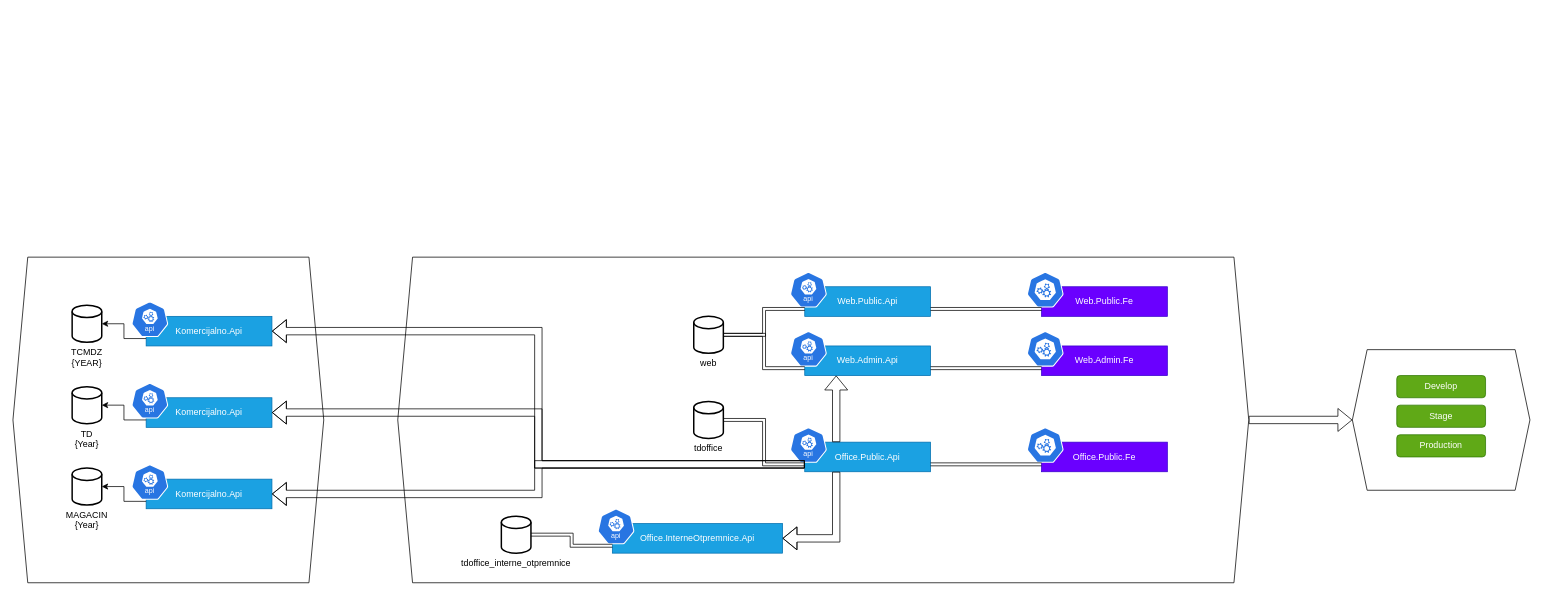
Above: termodom--ecosystem.drawio in LimitlessSoft/termodom--ecosystem (draw.io), before the change. Source tidied: cells renumbered, new cells numbered last; positions are measured from the earlier drawing's top-left corner, leaving out a move shared by most shapes. Both pictures are drawn from the tidied source at 74%, with x=0, y=0 at pixel (13, 257).
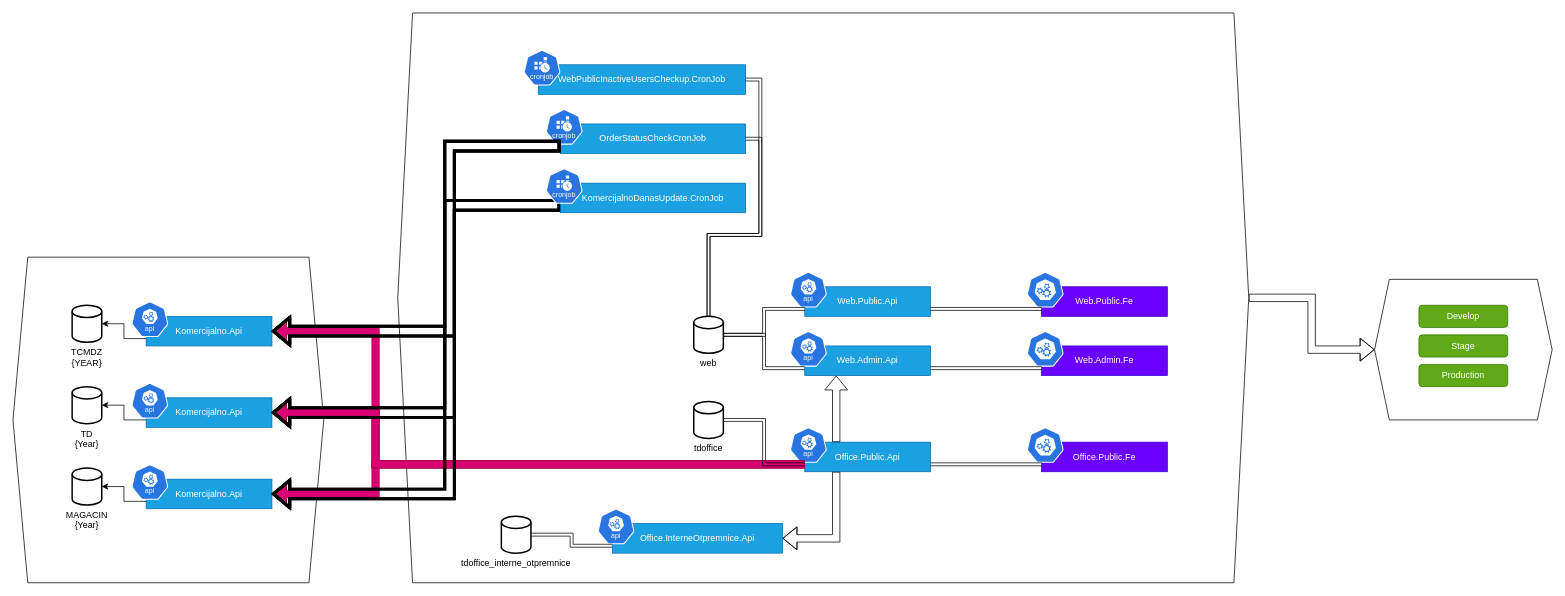
The same diagram, later.

The change refers to these unchanged cells:
```xml
<mxCell id="11" value="Office.Public.Api" style="rounded=0;whiteSpace=wrap;html=1;fillColor=#1ba1e2;fontColor=#ffffff;strokeColor=#006EAF;" parent="10" vertex="1">
  <mxGeometry x="20" y="20" width="170" height="40" as="geometry" />
</mxCell>
<mxCell id="25" value="&lt;div&gt;web&lt;/div&gt;" style="strokeWidth=2;html=1;shape=mxgraph.flowchart.database;whiteSpace=wrap;labelPosition=center;verticalLabelPosition=bottom;align=center;verticalAlign=top;" parent="1" vertex="1">
  <mxGeometry x="920" y="80" width="40" height="50" as="geometry" />
</mxCell>
<mxCell id="26" value="tdoffice" style="strokeWidth=2;html=1;shape=mxgraph.flowchart.database;whiteSpace=wrap;labelPosition=center;verticalLabelPosition=bottom;align=center;verticalAlign=top;" parent="1" vertex="1">
  <mxGeometry x="920" y="195" width="40" height="50" as="geometry" />
</mxCell>
<mxCell id="44" value="Komercijalno.Api" style="rounded=0;whiteSpace=wrap;html=1;fillColor=#1ba1e2;fontColor=#ffffff;strokeColor=#006EAF;" parent="43" vertex="1">
  <mxGeometry x="20" y="20" width="170" height="40" as="geometry" />
</mxCell>
<mxCell id="49" value="Komercijalno.Api" style="rounded=0;whiteSpace=wrap;html=1;fillColor=#1ba1e2;fontColor=#ffffff;strokeColor=#006EAF;" parent="48" vertex="1">
  <mxGeometry x="20" y="20" width="170" height="40" as="geometry" />
</mxCell>
<mxCell id="54" value="Komercijalno.Api" style="rounded=0;whiteSpace=wrap;html=1;fillColor=#1ba1e2;fontColor=#ffffff;strokeColor=#006EAF;" parent="53" vertex="1">
  <mxGeometry x="20" y="20" width="170" height="40" as="geometry" />
</mxCell>
```

Diff of the diagram source:
```diff
@@
+    <mxCell id="42" style="shape=hexagon;perimeter=hexagonPerimeter2;whiteSpace=wrap;html=1;fixedSize=1;" parent="1" vertex="1">
+      <mxGeometry width="420" height="440" as="geometry" />
+    </mxCell>
@@
     <mxCell id="3" style="shape=hexagon;perimeter=hexagonPerimeter2;whiteSpace=wrap;html=1;fixedSize=1;" parent="1" vertex="1">
-      <mxGeometry x="520" width="1150" height="440" as="geometry" />
+      <mxGeometry x="520" y="-330" width="1150" height="770" as="geometry" />
     </mxCell>
@@
-    <mxCell id="29" style="edgeStyle=orthogonalEdgeStyle;rounded=0;jettySize=auto;html=1;exitX=0;exitY=0.75;exitDx=0;exitDy=0;entryX=1;entryY=0.5;entryDx=0;entryDy=0;entryPerimeter=0;shape=link;" parent="1" edge="1" source="11" target="26">
-      <mxGeometry relative="1" as="geometry" />
-    </mxCell>
@@
     <mxCell id="37" style="group;" parent="1" vertex="1">
-      <mxGeometry x="1810" y="125" width="240" height="190" as="geometry" />
+      <mxGeometry x="1840" y="30" width="240" height="190" as="geometry" />
     </mxCell>
@@
-    <mxCell id="42" style="shape=hexagon;perimeter=hexagonPerimeter2;whiteSpace=wrap;html=1;fixedSize=1;" parent="1" vertex="1">
-      <mxGeometry width="420" height="440" as="geometry" />
-    </mxCell>
@@
+    <mxCell id="60" style="edgeStyle=orthogonalEdgeStyle;rounded=0;jettySize=auto;html=1;exitX=0;exitY=0.75;exitDx=0;exitDy=0;entryX=1;entryY=0.5;entryDx=0;entryDy=0;shape=flexArrow;strokeWidth=1;fillColor=#d80073;strokeColor=#A50040;" parent="1" edge="1" source="11" target="54">
+      <mxGeometry relative="1" as="geometry">
+        <Array as="points">
+          <mxPoint x="490" y="280" />
+          <mxPoint x="490" y="320" />
+        </Array>
+      </mxGeometry>
+    </mxCell>
@@
-    <mxCell id="58" style="edgeStyle=orthogonalEdgeStyle;rounded=0;jettySize=auto;html=1;exitX=0;exitY=0.75;exitDx=0;exitDy=0;entryX=1;entryY=0.5;entryDx=0;entryDy=0;shape=flexArrow;strokeWidth=1;endSize=6;startSize=6;" parent="1" edge="1" source="11" target="44">
-      <mxGeometry relative="1" as="geometry" />
+    <mxCell id="58" style="edgeStyle=orthogonalEdgeStyle;rounded=0;jettySize=auto;html=1;exitX=0;exitY=0.75;exitDx=0;exitDy=0;entryX=1;entryY=0.5;entryDx=0;entryDy=0;shape=flexArrow;strokeWidth=1;endSize=6;startSize=6;fillColor=#d80073;strokeColor=#A50040;" parent="1" edge="1" source="11" target="44">
+      <mxGeometry relative="1" as="geometry">
+        <Array as="points">
+          <mxPoint x="490" y="280" />
+          <mxPoint x="490" y="100" />
+        </Array>
+      </mxGeometry>
     </mxCell>
-    <mxCell id="59" style="edgeStyle=orthogonalEdgeStyle;rounded=0;jettySize=auto;html=1;exitX=0;exitY=0.75;exitDx=0;exitDy=0;entryX=1;entryY=0.5;entryDx=0;entryDy=0;shape=flexArrow;" parent="1" edge="1" source="11" target="49">
-      <mxGeometry relative="1" as="geometry" />
+    <mxCell id="59" style="edgeStyle=orthogonalEdgeStyle;rounded=0;jettySize=auto;html=1;exitX=0;exitY=0.75;exitDx=0;exitDy=0;entryX=1;entryY=0.5;entryDx=0;entryDy=0;shape=flexArrow;fillColor=#d80073;strokeColor=#A50040;" parent="1" edge="1" source="11" target="49">
+      <mxGeometry relative="1" as="geometry">
+        <Array as="points">
+          <mxPoint x="490" y="280" />
+          <mxPoint x="490" y="210" />
+        </Array>
+      </mxGeometry>
     </mxCell>
-    <mxCell id="60" style="edgeStyle=orthogonalEdgeStyle;rounded=0;jettySize=auto;html=1;exitX=0;exitY=0.75;exitDx=0;exitDy=0;entryX=1;entryY=0.5;entryDx=0;entryDy=0;shape=flexArrow;" parent="1" edge="1" source="11" target="54">
-      <mxGeometry relative="1" as="geometry" />
-    </mxCell>
+    <mxCell id="61" style="edgeStyle=orthogonalEdgeStyle;rounded=0;jettySize=auto;html=1;exitX=0;exitY=0.75;exitDx=0;exitDy=0;entryX=1;entryY=0.5;entryDx=0;entryDy=0;shape=flexArrow;fillColor=none;strokeColor=light-dark(#000000,#99004D);strokeWidth=4;" parent="1" edge="1" source="65" target="44">
+      <mxGeometry relative="1" as="geometry">
+        <Array as="points">
+          <mxPoint x="590" y="-70" />
+          <mxPoint x="590" y="100" />
+        </Array>
+      </mxGeometry>
+    </mxCell>
+    <mxCell id="62" style="edgeStyle=orthogonalEdgeStyle;rounded=0;jettySize=auto;html=1;exitX=0;exitY=0.75;exitDx=0;exitDy=0;entryX=1;entryY=0.5;entryDx=0;entryDy=0;shape=flexArrow;fillColor=none;strokeColor=light-dark(#000000,#99004D);strokeWidth=4;" parent="1" edge="1" source="65" target="49">
+      <mxGeometry relative="1" as="geometry">
+        <Array as="points">
+          <mxPoint x="590" y="-70" />
+          <mxPoint x="590" y="210" />
+        </Array>
+      </mxGeometry>
+    </mxCell>
+    <mxCell id="63" style="edgeStyle=orthogonalEdgeStyle;rounded=0;jettySize=auto;html=1;exitX=0;exitY=0.75;exitDx=0;exitDy=0;entryX=1;entryY=0.5;entryDx=0;entryDy=0;shape=flexArrow;fillColor=none;strokeColor=light-dark(#000000,#99004D);strokeWidth=4;" parent="1" edge="1" source="65" target="54">
+      <mxGeometry relative="1" as="geometry">
+        <Array as="points">
+          <mxPoint x="590" y="-70" />
+          <mxPoint x="590" y="320" />
+        </Array>
+      </mxGeometry>
+    </mxCell>
+    <mxCell id="29" style="edgeStyle=orthogonalEdgeStyle;rounded=0;jettySize=auto;html=1;exitX=0;exitY=0.75;exitDx=0;exitDy=0;entryX=1;entryY=0.5;entryDx=0;entryDy=0;entryPerimeter=0;shape=link;" parent="1" edge="1" source="11" target="26">
+      <mxGeometry relative="1" as="geometry" />
+    </mxCell>
+    <mxCell id="64" style="group;" parent="1" vertex="1">
+      <mxGeometry x="720" y="-120" width="270" height="60" as="geometry" />
+    </mxCell>
+    <mxCell id="65" value="KomercijalnoDanasUpdate.CronJob" style="rounded=0;whiteSpace=wrap;html=1;fillColor=#1ba1e2;fontColor=#ffffff;strokeColor=#006EAF;" parent="64" vertex="1">
+      <mxGeometry x="20" y="20" width="250" height="40" as="geometry" />
+    </mxCell>
+    <mxCell id="66" style="sketch=0;html=1;dashed=0;whitespace=wrap;verticalLabelPosition=bottom;verticalAlign=top;fillColor=#2875E2;strokeColor=#ffffff;shape=mxgraph.kubernetes.icon2;kubernetesLabel=1;prIcon=cronjob;" parent="64" vertex="1">
+      <mxGeometry width="50" height="48" as="geometry" />
+    </mxCell>
+    <mxCell id="67" style="group;" parent="1" vertex="1">
+      <mxGeometry x="720" y="-200" width="270" height="60" as="geometry" />
+    </mxCell>
+    <mxCell id="68" value="OrderStatusCheckCronJob" style="rounded=0;whiteSpace=wrap;html=1;fillColor=#1ba1e2;fontColor=#ffffff;strokeColor=#006EAF;" parent="67" vertex="1">
+      <mxGeometry x="20" y="20" width="250" height="40" as="geometry" />
+    </mxCell>
+    <mxCell id="69" style="sketch=0;html=1;dashed=0;whitespace=wrap;verticalLabelPosition=bottom;verticalAlign=top;fillColor=#2875E2;strokeColor=#ffffff;shape=mxgraph.kubernetes.icon2;kubernetesLabel=1;prIcon=cronjob;" parent="67" vertex="1">
+      <mxGeometry width="50" height="48" as="geometry" />
+    </mxCell>
+    <mxCell id="70" style="edgeStyle=orthogonalEdgeStyle;rounded=0;jettySize=auto;html=1;exitX=0;exitY=0.75;exitDx=0;exitDy=0;entryX=1;entryY=0.5;entryDx=0;entryDy=0;shape=flexArrow;strokeColor=light-dark(#000000,#99004D);strokeWidth=4;" parent="1" edge="1" source="68" target="44">
+      <mxGeometry relative="1" as="geometry">
+        <Array as="points">
+          <mxPoint x="590" y="-150" />
+          <mxPoint x="590" y="100" />
+        </Array>
+      </mxGeometry>
+    </mxCell>
+    <mxCell id="71" style="edgeStyle=orthogonalEdgeStyle;rounded=0;jettySize=auto;html=1;exitX=0;exitY=0.75;exitDx=0;exitDy=0;entryX=1;entryY=0.5;entryDx=0;entryDy=0;shape=flexArrow;strokeColor=light-dark(#000000,#99004D);strokeWidth=4;" parent="1" edge="1" source="68" target="49">
+      <mxGeometry relative="1" as="geometry">
+        <Array as="points">
+          <mxPoint x="590" y="-150" />
+          <mxPoint x="590" y="210" />
+        </Array>
+      </mxGeometry>
+    </mxCell>
+    <mxCell id="72" style="edgeStyle=orthogonalEdgeStyle;rounded=0;jettySize=auto;html=1;exitX=0;exitY=0.75;exitDx=0;exitDy=0;entryX=1;entryY=0.5;entryDx=0;entryDy=0;shape=flexArrow;strokeColor=light-dark(#000000,#99004D);strokeWidth=4;" parent="1" edge="1" source="68" target="54">
+      <mxGeometry relative="1" as="geometry">
+        <Array as="points">
+          <mxPoint x="590" y="-150" />
+          <mxPoint x="590" y="320" />
+        </Array>
+      </mxGeometry>
+    </mxCell>
+    <mxCell id="73" style="edgeStyle=orthogonalEdgeStyle;rounded=0;jettySize=auto;html=1;exitX=1;exitY=0.5;exitDx=0;exitDy=0;entryX=0.5;entryY=0;entryDx=0;entryDy=0;entryPerimeter=0;shape=link;" parent="1" edge="1" source="68" target="25">
+      <mxGeometry relative="1" as="geometry" />
+    </mxCell>
+    <mxCell id="74" style="group;" parent="1" vertex="1">
+      <mxGeometry x="690" y="-280" width="300" height="60" as="geometry" />
+    </mxCell>
+    <mxCell id="75" value="WebPublicInactiveUsersCheckup.CronJob" style="rounded=0;whiteSpace=wrap;html=1;fillColor=#1ba1e2;fontColor=#ffffff;strokeColor=#006EAF;" parent="74" vertex="1">
+      <mxGeometry x="20" y="20" width="280" height="40" as="geometry" />
+    </mxCell>
+    <mxCell id="76" style="sketch=0;html=1;dashed=0;whitespace=wrap;verticalLabelPosition=bottom;verticalAlign=top;fillColor=#2875E2;strokeColor=#ffffff;shape=mxgraph.kubernetes.icon2;kubernetesLabel=1;prIcon=cronjob;" parent="74" vertex="1">
+      <mxGeometry width="50" height="48" as="geometry" />
+    </mxCell>
+    <mxCell id="77" style="edgeStyle=orthogonalEdgeStyle;rounded=0;jettySize=auto;html=1;exitX=1;exitY=0.5;exitDx=0;exitDy=0;entryX=0.5;entryY=0;entryDx=0;entryDy=0;entryPerimeter=0;shape=link;" parent="1" edge="1" source="75" target="25">
+      <mxGeometry relative="1" as="geometry">
+        <Array as="points">
+          <mxPoint x="1010" y="-240" />
+          <mxPoint x="1010" y="-30" />
+          <mxPoint x="940" y="-30" />
+        </Array>
+      </mxGeometry>
+    </mxCell>
```
